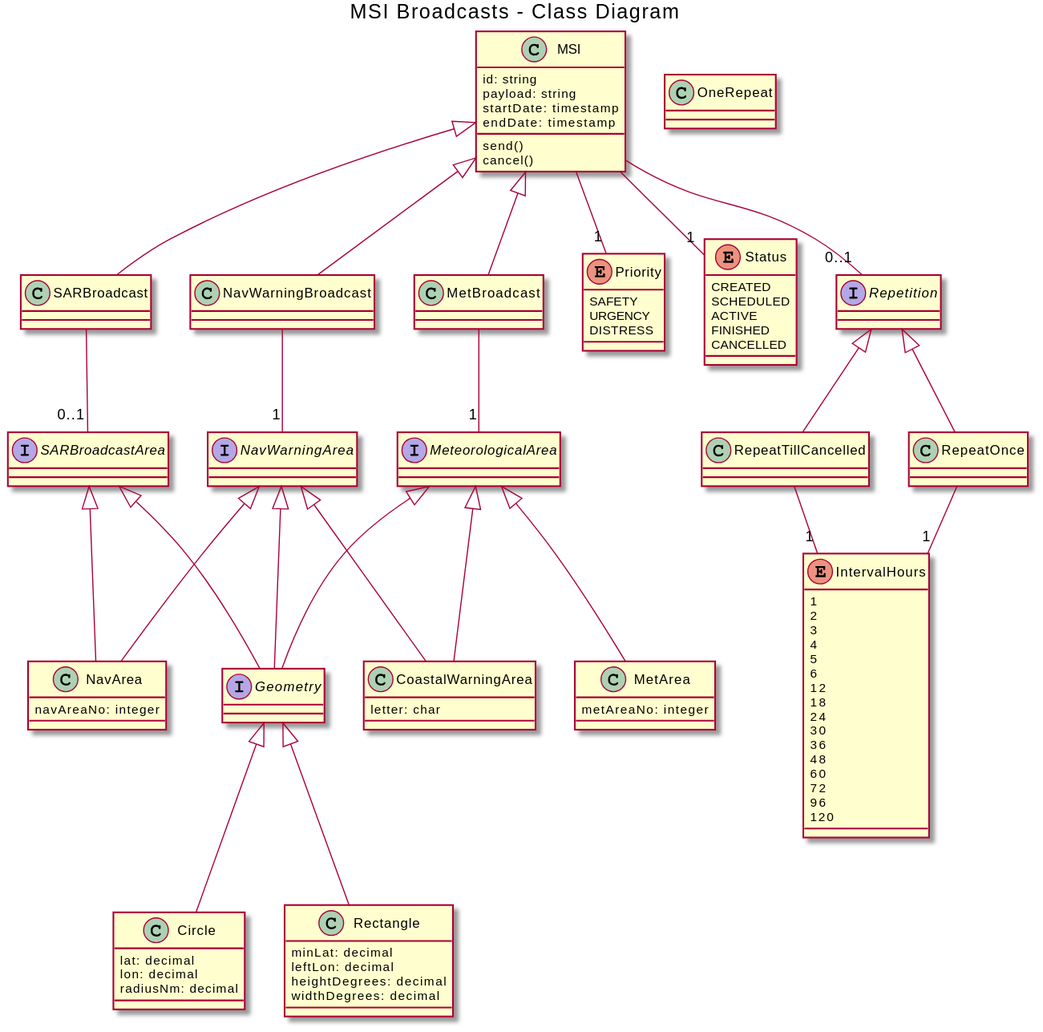
The PlantUML diagram c-code-class-diagram.svg in amsa-code/egc-api, before a commit.
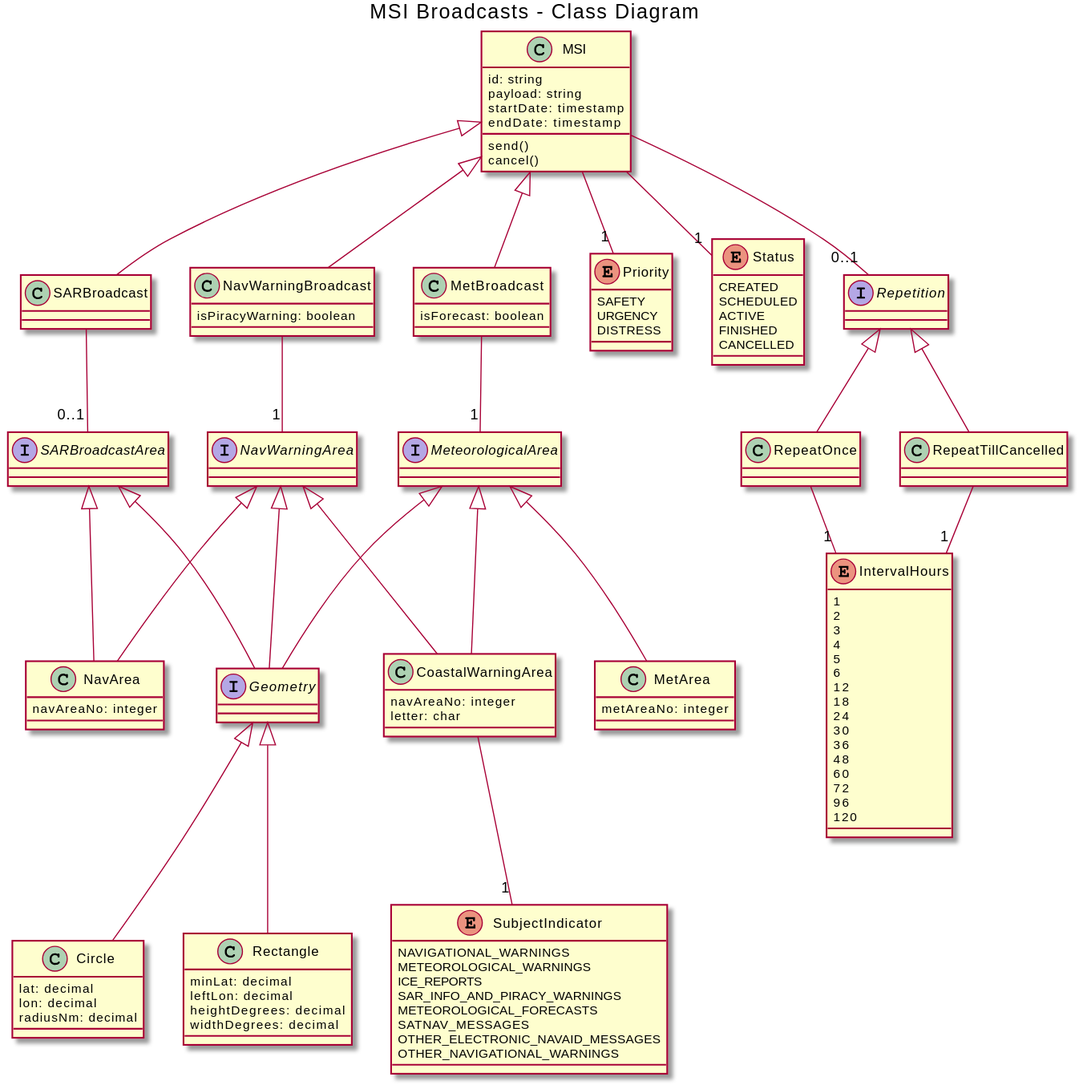
Later version of the same file.

Diff of the diagram source:
```diff
@@ -10,8 +10,12 @@
   cancel()
 }
 class SARBroadcast
-class MetBroadcast
-class NavWarningBroadcast
+class MetBroadcast {
+  isForecast: boolean
+}
+class NavWarningBroadcast {
+  isPiracyWarning: boolean
+}
 
 enum Priority {
   SAFETY
@@ -45,7 +49,7 @@
 }
 
 interface Repetition
-class OneRepeat
+class RepeatOnce
 class RepeatTillCancelled
 
 MSI -- "0..1" Repetition
@@ -61,8 +65,21 @@
   navAreaNo: integer
 }
 class CoastalWarningArea {
+  navAreaNo: integer
   letter: char
 }
+
+enum SubjectIndicator {
+  NAVIGATIONAL_WARNINGS
+  METEOROLOGICAL_WARNINGS
+  ICE_REPORTS
+  SAR_INFO_AND_PIRACY_WARNINGS
+  METEOROLOGICAL_FORECASTS
+  SATNAV_MESSAGES
+  OTHER_ELECTRONIC_NAVAID_MESSAGES
+  OTHER_NAVIGATIONAL_WARNINGS
+}
+CoastalWarningArea -- "1" SubjectIndicator
 
 interface SARBroadcastArea
 
```
